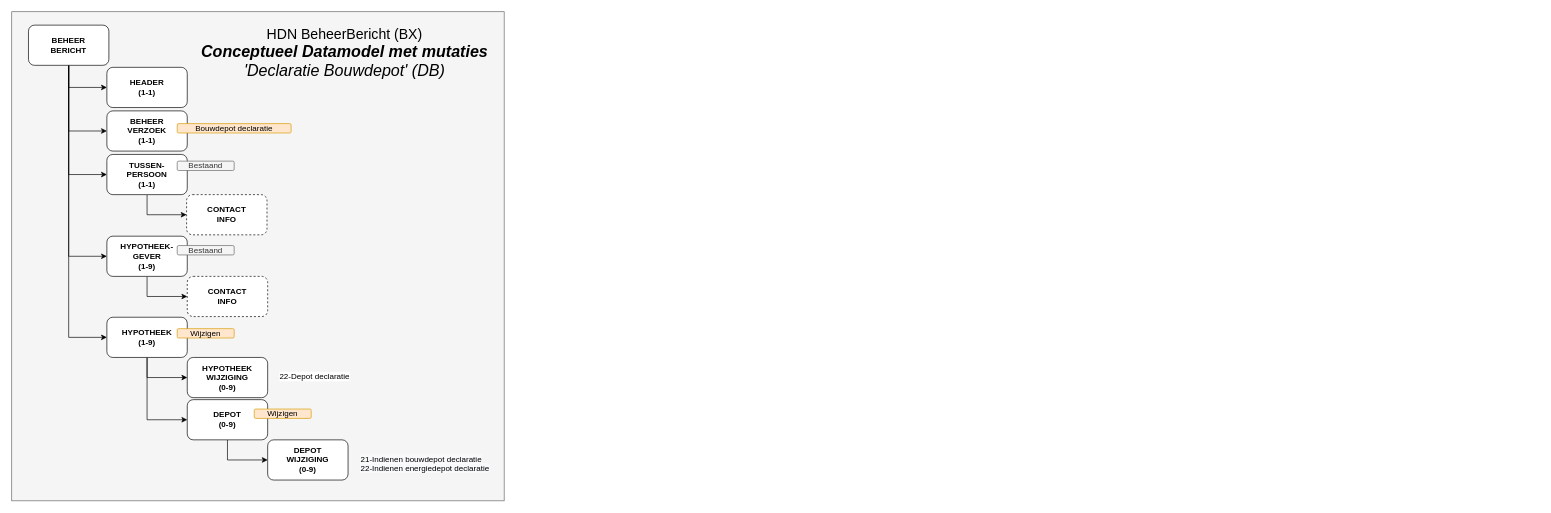
Earlier version of the draw.io diagram page "DataModel DB met mutaties" (2 of 5) of HDN_BX_MM_BouwdepotDeclaratie.drawio (luchthandel/diagrams). Source tidied: cells renumbered, new cells numbered last; positions are measured from the earlier drawing's top-left corner, leaving out a move shared by most shapes. Both pictures are drawn from the tidied source at 67%, with x=0, y=0 at pixel (11, 11).
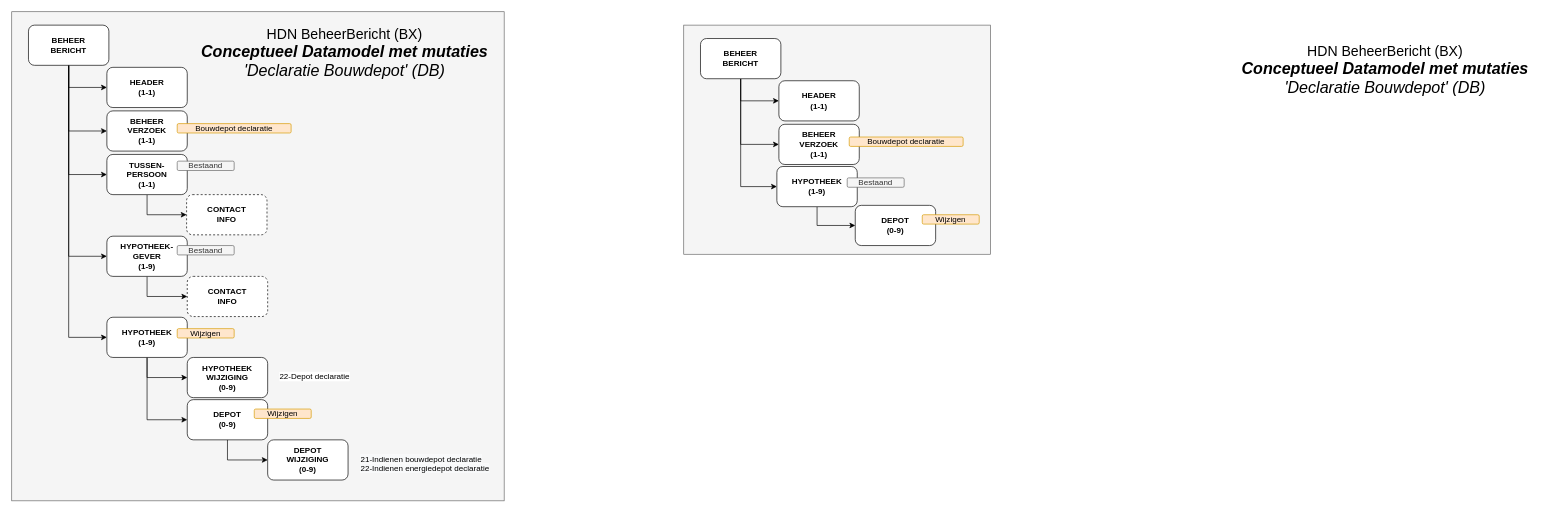
The same diagram, later.

The edit, as a diff of the source:
```diff
@@
+    <mxCell id="32" style="rounded=0;whiteSpace=wrap;html=1;fillColor=#f5f5f5;strokeColor=#666666;fontColor=#333333;labelBackgroundColor=none;" parent="1" vertex="1">
+      <mxGeometry x="1003" y="20" width="458" height="342" as="geometry" />
+    </mxCell>
+    <mxCell id="33" value="DEPOT&lt;br&gt;(0-9)" style="rounded=1;whiteSpace=wrap;html=1;fontStyle=1;" parent="1" vertex="1">
+      <mxGeometry x="1259" y="289" width="120" height="60" as="geometry" />
+    </mxCell>
+    <mxCell id="34" style="edgeStyle=orthogonalEdgeStyle;rounded=0;jettySize=auto;html=1;exitX=0.5;exitY=1;exitDx=0;exitDy=0;entryX=0;entryY=0.5;entryDx=0;entryDy=0;" parent="1" edge="1" source="37" target="39">
+      <mxGeometry relative="1" as="geometry" />
+    </mxCell>
+    <mxCell id="35" style="edgeStyle=orthogonalEdgeStyle;rounded=0;jettySize=auto;html=1;exitX=0.5;exitY=1;exitDx=0;exitDy=0;entryX=0;entryY=0.5;entryDx=0;entryDy=0;" parent="1" edge="1" source="37" target="38">
+      <mxGeometry relative="1" as="geometry" />
+    </mxCell>
+    <mxCell id="36" style="edgeStyle=orthogonalEdgeStyle;rounded=0;jettySize=auto;html=1;exitX=0.5;exitY=1;exitDx=0;exitDy=0;entryX=0;entryY=0.5;entryDx=0;entryDy=0;" parent="1" edge="1" source="37" target="41">
+      <mxGeometry relative="1" as="geometry" />
+    </mxCell>
+    <mxCell id="37" value="BEHEER&lt;br&gt;BERICHT" style="rounded=1;whiteSpace=wrap;html=1;fontStyle=1;" parent="1" vertex="1">
+      <mxGeometry x="1028" y="40" width="120" height="60" as="geometry" />
+    </mxCell>
+    <mxCell id="38" value="BEHEER&lt;br&gt;VERZOEK&lt;br&gt;(1-1)" style="rounded=1;whiteSpace=wrap;html=1;fontStyle=1;" parent="1" vertex="1">
+      <mxGeometry x="1145" y="168" width="120" height="60" as="geometry" />
+    </mxCell>
+    <mxCell id="39" value="HEADER&lt;br&gt;(1-1)" style="rounded=1;whiteSpace=wrap;html=1;fontStyle=1;" parent="1" vertex="1">
+      <mxGeometry x="1145" y="103" width="120" height="60" as="geometry" />
+    </mxCell>
+    <mxCell id="40" style="edgeStyle=orthogonalEdgeStyle;rounded=0;jettySize=auto;html=1;exitX=0.5;exitY=1;exitDx=0;exitDy=0;entryX=0;entryY=0.5;entryDx=0;entryDy=0;" parent="1" edge="1" source="41" target="33">
+      <mxGeometry relative="1" as="geometry" />
+    </mxCell>
+    <mxCell id="41" value="HYPOTHEEK&lt;br&gt;(1-9)" style="rounded=1;whiteSpace=wrap;html=1;fontStyle=1;" parent="1" vertex="1">
+      <mxGeometry x="1142" y="231" width="120" height="60" as="geometry" />
+    </mxCell>
+    <mxCell id="42" value="&lt;span style=&quot;font-weight: 400&quot;&gt;Bestaand&lt;/span&gt;" style="rounded=1;whiteSpace=wrap;html=1;fontStyle=1;fillColor=#f5f5f5;strokeColor=#666666;fontColor=#333333;" parent="1" vertex="1">
+      <mxGeometry x="1247" y="248" width="85" height="14" as="geometry" />
+    </mxCell>
+    <mxCell id="43" value="&lt;span style=&quot;font-weight: 400&quot;&gt;Wijzigen&lt;/span&gt;" style="rounded=1;whiteSpace=wrap;html=1;fontStyle=1;fillColor=#ffe6cc;strokeColor=#d79b00;" parent="1" vertex="1">
+      <mxGeometry x="1359" y="303" width="85" height="14" as="geometry" />
+    </mxCell>
+    <mxCell id="44" value="&lt;span style=&quot;font-weight: 400&quot;&gt;Bouwdepot declaratie&lt;/span&gt;" style="rounded=1;whiteSpace=wrap;html=1;fontStyle=1;fillColor=#ffe6cc;strokeColor=#d79b00;" parent="1" vertex="1">
+      <mxGeometry x="1250" y="187" width="170" height="14" as="geometry" />
+    </mxCell>
+    <mxCell id="45" value="&lt;font style=&quot;font-size: 21px&quot;&gt;HDN BeheerBericht (BX)&lt;br&gt;&lt;/font&gt;&lt;span style=&quot;font-size: 24px&quot;&gt;&lt;i&gt;&lt;b&gt;Conceptueel Datamodel met mutaties&lt;/b&gt;&lt;br&gt;'Declaratie Bouwdepot' (DB)&lt;br&gt;&lt;/i&gt;&lt;/span&gt;" style="text;html=1;strokeColor=none;fillColor=none;align=center;verticalAlign=middle;whiteSpace=wrap;rounded=0;" parent="1" vertex="1">
+      <mxGeometry x="1820" y="40" width="460" height="93" as="geometry" />
+    </mxCell>
```
